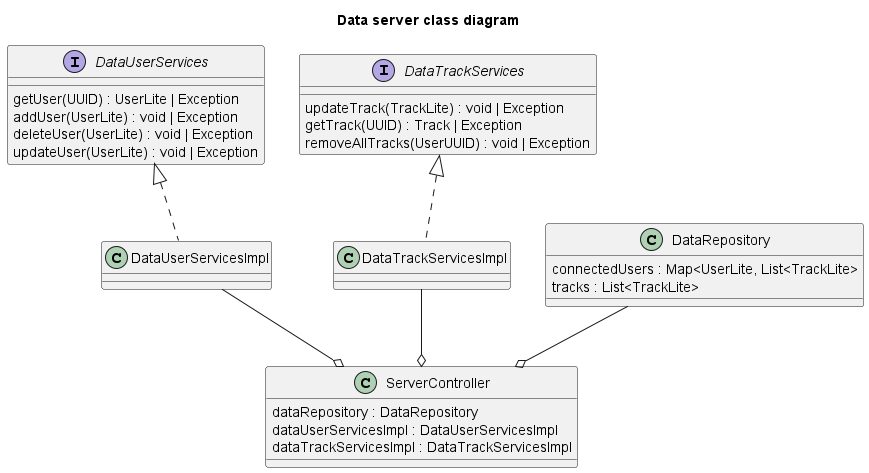
Earlier version of the PlantUML export website/images/class/2.2 Data server class diagram.png (UTCAI12/Diagrams).
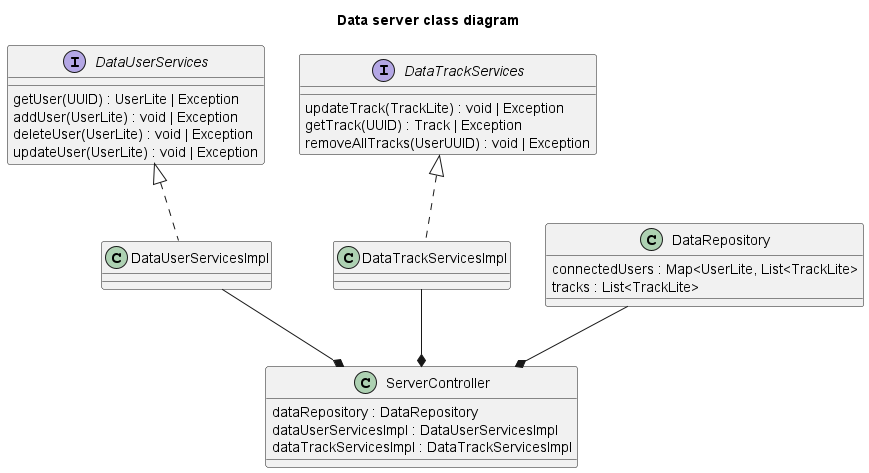
After the commit.

Change to the diagram source:
```diff
@@ -34,8 +34,8 @@
         tracks : List<TrackLite>
     }
 
-    DataRepository --o ServerController
-    DataUserServicesImpl --o ServerController
-    DataTrackServicesImpl --o ServerController
+    DataRepository --* ServerController
+    DataUserServicesImpl --* ServerController
+    DataTrackServicesImpl --* ServerController
 
 @enduml
```
